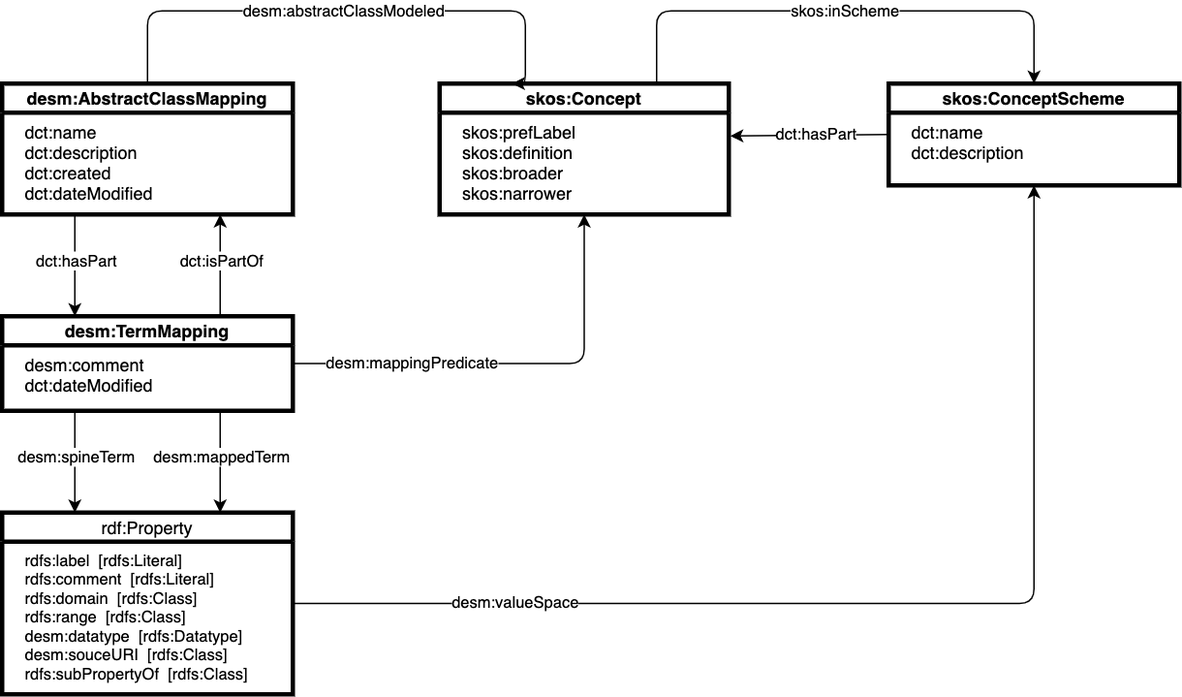
Above: ns/Domain_Model.png in t3-innovation-network/desm (draw.io), before the change. Source tidied: cells renumbered, new cells last; positions are measured from the earlier drawing's top-left corner, leaving out a move shared by most shapes. Source of this version:
```xml
<mxGraphModel>
  <root>
    <mxCell id="0" />
    <mxCell id="1" parent="0" />
    <mxCell id="2" value="desm:AbstractClassMapping" style="swimlane;startSize=20;strokeWidth=3;" parent="1" vertex="1">
      <mxGeometry y="50" width="200" height="90" as="geometry" />
    </mxCell>
    <mxCell id="3" value="dct:name&#10;dct:description&#10;dct:created&#10;dct:dateModified&#10;" style="text;strokeColor=none;fillColor=none;align=left;verticalAlign=top;spacingLeft=4;spacingRight=4;overflow=hidden;" parent="2" vertex="1">
      <mxGeometry x="10" y="20" width="160" height="60" as="geometry" />
    </mxCell>
    <mxCell id="4" value="skos:Concept" style="swimlane;startSize=20;strokeWidth=3;" parent="1" vertex="1">
      <mxGeometry x="301" y="50" width="199" height="90" as="geometry" />
    </mxCell>
    <mxCell id="5" value="skos:prefLabel&#10;skos:definition&#10;skos:broader&#10;skos:narrower&#10;" style="text;strokeColor=none;fillColor=none;align=left;verticalAlign=top;spacingLeft=4;spacingRight=4;overflow=hidden;points=[[0,0.5],[1,0.5]];portConstraint=eastwest;fontFamily=Helvetica;" parent="4" vertex="1">
      <mxGeometry x="10" y="20" width="160" height="70" as="geometry" />
    </mxCell>
    <mxCell id="6" value="skos:ConceptScheme" style="swimlane;startSize=20;strokeWidth=3;" parent="1" vertex="1">
      <mxGeometry x="610" y="50" width="200" height="70" as="geometry" />
    </mxCell>
    <mxCell id="7" value="dct:name&#10;dct:description&#10;&#10;" style="text;strokeColor=none;fillColor=none;align=left;verticalAlign=top;spacingLeft=4;spacingRight=4;overflow=hidden;" parent="6" vertex="1">
      <mxGeometry x="10" y="20" width="120" height="40" as="geometry" />
    </mxCell>
    <mxCell id="8" value="skos:inScheme" style="edgeStyle=segmentEdgeStyle;endArrow=classic;html=1;exitX=0.75;exitY=0;exitDx=0;exitDy=0;entryX=0.5;entryY=0;entryDx=0;entryDy=0;" parent="1" edge="1" source="4" target="6">
      <mxGeometry relative="1" as="geometry">
        <Array as="points">
          <mxPoint x="450" />
          <mxPoint x="710" />
        </Array>
      </mxGeometry>
    </mxCell>
    <mxCell id="9" value="dct:hasPart" style="endArrow=none;html=1;startArrow=classic;startFill=1;endFill=0;exitX=1;exitY=0.5;exitDx=0;exitDy=0;entryX=0;entryY=0.5;entryDx=0;entryDy=0;" parent="1" edge="1" target="6">
      <mxGeometry x="0.08" relative="1" as="geometry">
        <mxPoint x="501" y="86" as="sourcePoint" />
      </mxGeometry>
    </mxCell>
    <mxCell id="10" value="desm:abstractClassModeled" style="edgeStyle=segmentEdgeStyle;endArrow=classic;html=1;exitX=0.5;exitY=0;exitDx=0;exitDy=0;entryX=0.25;entryY=0;entryDx=0;entryDy=0;" parent="1" edge="1" source="2" target="4">
      <mxGeometry relative="1" as="geometry">
        <Array as="points">
          <mxPoint x="100" />
          <mxPoint x="360" />
        </Array>
      </mxGeometry>
    </mxCell>
    <mxCell id="11" value="desm:TermMapping" style="swimlane;startSize=20;strokeWidth=3;" parent="1" vertex="1">
      <mxGeometry y="210" width="200" height="65" as="geometry" />
    </mxCell>
    <mxCell id="12" value="desm:comment&#10;dct:dateModified&#10;&#10;" style="text;strokeColor=none;fillColor=none;align=left;verticalAlign=top;spacingLeft=4;spacingRight=4;overflow=hidden;" parent="11" vertex="1">
      <mxGeometry x="10" y="20" width="140" height="40" as="geometry" />
    </mxCell>
    <mxCell id="13" style="endArrow=classic;html=1;entryX=0.25;entryY=0;entryDx=0;entryDy=0;exitX=0.25;exitY=1;exitDx=0;exitDy=0;" parent="1" edge="1" source="2" target="11">
      <mxGeometry relative="1" as="geometry" />
    </mxCell>
    <mxCell id="14" value="dct:hasPart" style="edgeLabel;html=1;align=center;verticalAlign=middle;" parent="13" vertex="1">
      <mxGeometry x="-0.11" relative="1" as="geometry" />
    </mxCell>
    <mxCell id="15" style="endArrow=none;html=1;entryX=0.75;entryY=0;entryDx=0;entryDy=0;exitX=0.75;exitY=1;exitDx=0;exitDy=0;startArrow=classic;startFill=1;endFill=0;" parent="1" edge="1" source="2" target="11">
      <mxGeometry relative="1" as="geometry" />
    </mxCell>
    <mxCell id="16" value="dct:isPartOf" style="edgeLabel;html=1;align=center;verticalAlign=middle;" parent="15" vertex="1">
      <mxGeometry x="-0.11" relative="1" as="geometry" />
    </mxCell>
    <mxCell id="17" style="edgeStyle=segmentEdgeStyle;endArrow=classic;html=1;exitX=1;exitY=0.5;exitDx=0;exitDy=0;entryX=0.5;entryY=1;entryDx=0;entryDy=0;" parent="1" edge="1" source="11" target="4">
      <mxGeometry relative="1" as="geometry" />
    </mxCell>
    <mxCell id="18" value="desm:mappingPredicate" style="edgeLabel;html=1;align=center;verticalAlign=middle;" parent="17" vertex="1">
      <mxGeometry x="-0.46" y="1" relative="1" as="geometry" />
    </mxCell>
    <mxCell id="19" value="rdf:Property" style="swimlane;startSize=20;strokeWidth=3;fontStyle=0;" parent="1" vertex="1">
      <mxGeometry y="345" width="200" height="125" as="geometry" />
    </mxCell>
    <mxCell id="20" value="rdfs:label  [rdfs:Literal]&#10;rdfs:comment  [rdfs:Literal]&#10;rdfs:domain  [rdfs:Class]&#10;rdfs:range  [rdfs:Class]&#10;desm:datatype  [rdfs:Datatype]&#10;desm:souceURI  [rdfs:Class]&#10;rdfs:subPropertyOf  [rdfs:Class]&#10;" style="text;strokeColor=none;fillColor=none;align=left;verticalAlign=top;spacingLeft=4;spacingRight=4;overflow=hidden;fontStyle=0;fontFamily=Helvetica;fontSize=11;" parent="19" vertex="1">
      <mxGeometry x="10" y="20" width="190" height="100" as="geometry" />
    </mxCell>
    <mxCell id="21" style="edgeStyle=segmentEdgeStyle;endArrow=classic;html=1;exitX=1;exitY=0.5;exitDx=0;exitDy=0;entryX=0.5;entryY=1;entryDx=0;entryDy=0;" parent="1" edge="1" source="19" target="6">
      <mxGeometry relative="1" as="geometry" />
    </mxCell>
    <mxCell id="22" value="desm:valueSpace" style="edgeLabel;html=1;align=center;verticalAlign=middle;" parent="21" vertex="1">
      <mxGeometry x="-0.62" y="1" relative="1" as="geometry" />
    </mxCell>
    <mxCell id="23" style="endArrow=classic;html=1;entryX=0.25;entryY=0;entryDx=0;entryDy=0;exitX=0.25;exitY=1;exitDx=0;exitDy=0;" parent="1" edge="1">
      <mxGeometry relative="1" as="geometry">
        <mxPoint x="50" y="275" as="sourcePoint" />
        <mxPoint x="50" y="345" as="targetPoint" />
      </mxGeometry>
    </mxCell>
    <mxCell id="24" value="desm:spineTerm" style="edgeLabel;html=1;align=center;verticalAlign=middle;" parent="23" vertex="1">
      <mxGeometry x="-0.11" relative="1" as="geometry" />
    </mxCell>
    <mxCell id="25" style="endArrow=classic;html=1;entryX=0.75;entryY=0;entryDx=0;entryDy=0;exitX=0.75;exitY=1;exitDx=0;exitDy=0;" parent="1" edge="1" source="11" target="19">
      <mxGeometry relative="1" as="geometry" />
    </mxCell>
    <mxCell id="26" value="desm:mappedTerm" style="edgeLabel;html=1;align=center;verticalAlign=middle;" parent="25" vertex="1">
      <mxGeometry x="-0.11" relative="1" as="geometry" />
    </mxCell>
  </root>
</mxGraphModel>
```
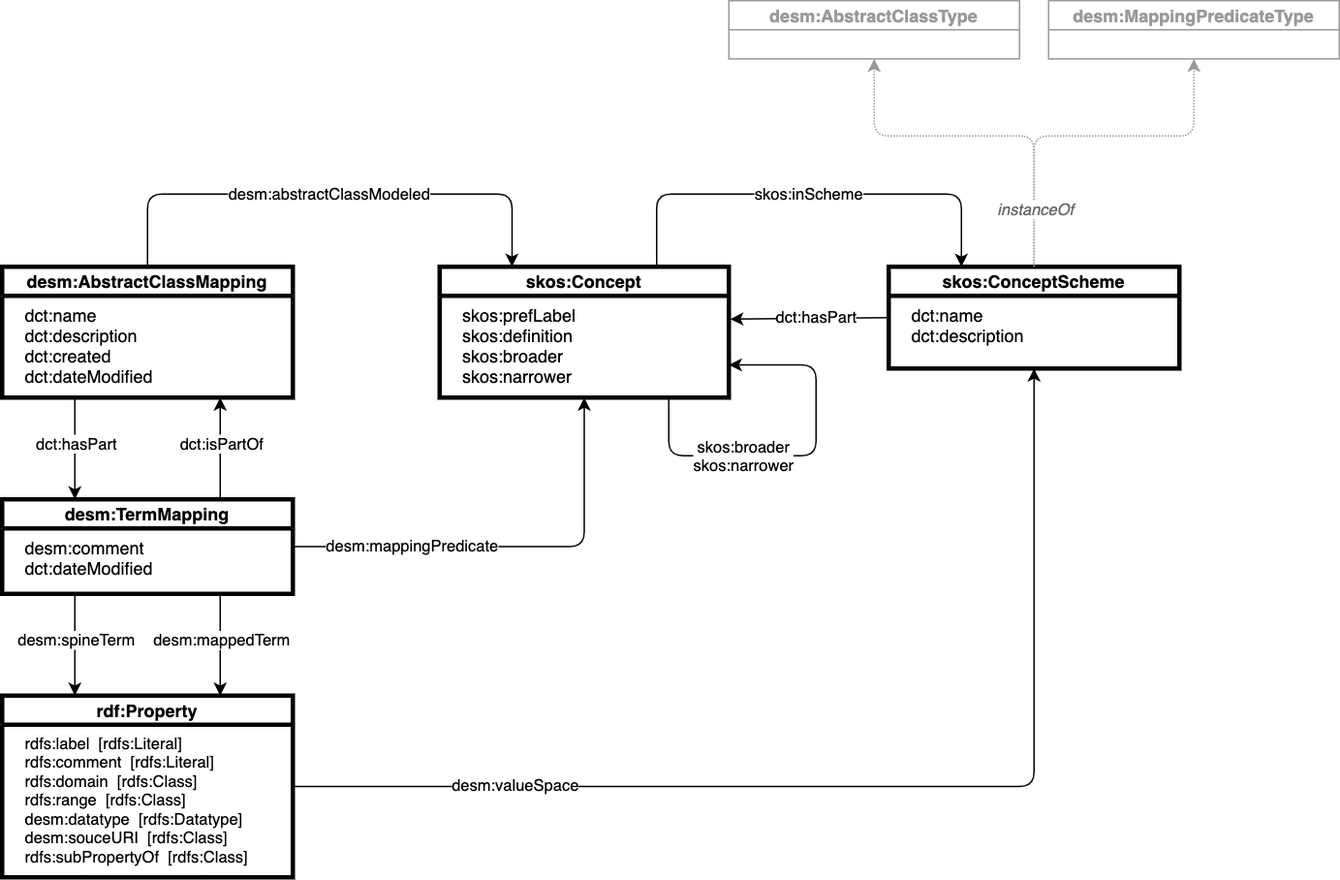
After the commit.

Commit message:
Update Domain_Model.png to add abstract classes

Diff of the diagram source:
```diff
@@ -14,17 +14,26 @@
     <mxCell id="5" value="skos:prefLabel&#10;skos:definition&#10;skos:broader&#10;skos:narrower&#10;" style="text;strokeColor=none;fillColor=none;align=left;verticalAlign=top;spacingLeft=4;spacingRight=4;overflow=hidden;points=[[0,0.5],[1,0.5]];portConstraint=eastwest;fontFamily=Helvetica;" parent="4" vertex="1">
       <mxGeometry x="10" y="20" width="160" height="70" as="geometry" />
     </mxCell>
+    <mxCell id="27" value="skos:broader&lt;br&gt;skos:narrower" style="edgeStyle=segmentEdgeStyle;endArrow=classic;html=1;fontFamily=Helvetica;fontSize=11;exitX=0.923;exitY=0.981;exitDx=0;exitDy=0;exitPerimeter=0;entryX=1;entryY=0.75;entryDx=0;entryDy=0;" parent="4" edge="1" source="5" target="4">
+      <mxGeometry x="-0.3" relative="1" as="geometry">
+        <Array as="points">
+          <mxPoint x="158" y="130" />
+          <mxPoint x="259" y="130" />
+          <mxPoint x="259" y="68" />
+        </Array>
+      </mxGeometry>
+    </mxCell>
     <mxCell id="6" value="skos:ConceptScheme" style="swimlane;startSize=20;strokeWidth=3;" parent="1" vertex="1">
       <mxGeometry x="610" y="50" width="200" height="70" as="geometry" />
     </mxCell>
     <mxCell id="7" value="dct:name&#10;dct:description&#10;&#10;" style="text;strokeColor=none;fillColor=none;align=left;verticalAlign=top;spacingLeft=4;spacingRight=4;overflow=hidden;" parent="6" vertex="1">
       <mxGeometry x="10" y="20" width="120" height="40" as="geometry" />
     </mxCell>
-    <mxCell id="8" value="skos:inScheme" style="edgeStyle=segmentEdgeStyle;endArrow=classic;html=1;exitX=0.75;exitY=0;exitDx=0;exitDy=0;entryX=0.5;entryY=0;entryDx=0;entryDy=0;" parent="1" edge="1" source="4" target="6">
+    <mxCell id="8" value="skos:inScheme" style="edgeStyle=segmentEdgeStyle;endArrow=classic;html=1;exitX=0.75;exitY=0;exitDx=0;exitDy=0;entryX=0.25;entryY=0;entryDx=0;entryDy=0;" parent="1" edge="1" source="4" target="6">
       <mxGeometry relative="1" as="geometry">
         <Array as="points">
           <mxPoint x="450" />
-          <mxPoint x="710" />
+          <mxPoint x="660" />
         </Array>
       </mxGeometry>
     </mxCell>
@@ -37,7 +46,7 @@
       <mxGeometry relative="1" as="geometry">
         <Array as="points">
           <mxPoint x="100" />
-          <mxPoint x="360" />
+          <mxPoint x="351" />
         </Array>
       </mxGeometry>
     </mxCell>
@@ -65,7 +74,7 @@
     <mxCell id="18" value="desm:mappingPredicate" style="edgeLabel;html=1;align=center;verticalAlign=middle;" parent="17" vertex="1">
       <mxGeometry x="-0.46" y="1" relative="1" as="geometry" />
     </mxCell>
-    <mxCell id="19" value="rdf:Property" style="swimlane;startSize=20;strokeWidth=3;fontStyle=0;" parent="1" vertex="1">
+    <mxCell id="19" value="rdf:Property" style="swimlane;startSize=20;strokeWidth=3;fontStyle=1;" parent="1" vertex="1">
       <mxGeometry y="345" width="200" height="125" as="geometry" />
     </mxCell>
     <mxCell id="20" value="rdfs:label  [rdfs:Literal]&#10;rdfs:comment  [rdfs:Literal]&#10;rdfs:domain  [rdfs:Class]&#10;rdfs:range  [rdfs:Class]&#10;desm:datatype  [rdfs:Datatype]&#10;desm:souceURI  [rdfs:Class]&#10;rdfs:subPropertyOf  [rdfs:Class]&#10;" style="text;strokeColor=none;fillColor=none;align=left;verticalAlign=top;spacingLeft=4;spacingRight=4;overflow=hidden;fontStyle=0;fontFamily=Helvetica;fontSize=11;" parent="19" vertex="1">
@@ -92,5 +101,32 @@
     <mxCell id="26" value="desm:mappedTerm" style="edgeLabel;html=1;align=center;verticalAlign=middle;" parent="25" vertex="1">
       <mxGeometry x="-0.11" relative="1" as="geometry" />
     </mxCell>
+    <mxCell id="28" value="desm:AbstractClassType" style="swimlane;startSize=20;strokeWidth=1;labelBackgroundColor=none;labelBorderColor=none;strokeColor=#999999;fontColor=#999999;" parent="1" vertex="1">
+      <mxGeometry x="500" y="-133" width="200" height="40" as="geometry" />
+    </mxCell>
+    <mxCell id="29" value="desm:MappingPredicateType" style="swimlane;startSize=20;strokeWidth=1;labelBackgroundColor=none;labelBorderColor=none;strokeColor=#999999;fontColor=#999999;" parent="1" vertex="1">
+      <mxGeometry x="720" y="-133" width="200" height="40" as="geometry" />
+    </mxCell>
+    <mxCell id="30" style="edgeStyle=segmentEdgeStyle;endArrow=classic;html=1;fontFamily=Helvetica;fontSize=11;fontColor=#999999;exitX=0.5;exitY=0;exitDx=0;exitDy=0;entryX=0.5;entryY=1;entryDx=0;entryDy=0;strokeColor=#999999;dashed=1;dashPattern=1 1;" parent="1" edge="1" source="6" target="28">
+      <mxGeometry relative="1" as="geometry">
+        <Array as="points">
+          <mxPoint x="710" y="-40" />
+          <mxPoint x="600" y="-40" />
+        </Array>
+      </mxGeometry>
+    </mxCell>
+    <mxCell id="31" style="edgeStyle=segmentEdgeStyle;endArrow=classic;html=1;fontFamily=Helvetica;fontSize=11;fontColor=#999999;exitX=0.5;exitY=0;exitDx=0;exitDy=0;entryX=0.5;entryY=1;entryDx=0;entryDy=0;strokeColor=#999999;dashed=1;dashPattern=1 1;" parent="1" edge="1" source="6" target="29">
+      <mxGeometry relative="1" as="geometry">
+        <Array as="points">
+          <mxPoint x="710" y="-40" />
+          <mxPoint x="820" y="-40" />
+        </Array>
+      </mxGeometry>
+    </mxCell>
+    <mxCell id="32" value="&lt;font&gt;&lt;i&gt;instanceOf&lt;/i&gt;&lt;/font&gt;" style="edgeLabel;html=1;align=center;verticalAlign=middle;fontSize=11;fontFamily=Helvetica;fontColor=#666666;" parent="31" vertex="1">
+      <mxGeometry x="-0.4" relative="1" as="geometry">
+        <mxPoint y="36" as="offset" />
+      </mxGeometry>
+    </mxCell>
   </root>
 </mxGraphModel>
```
